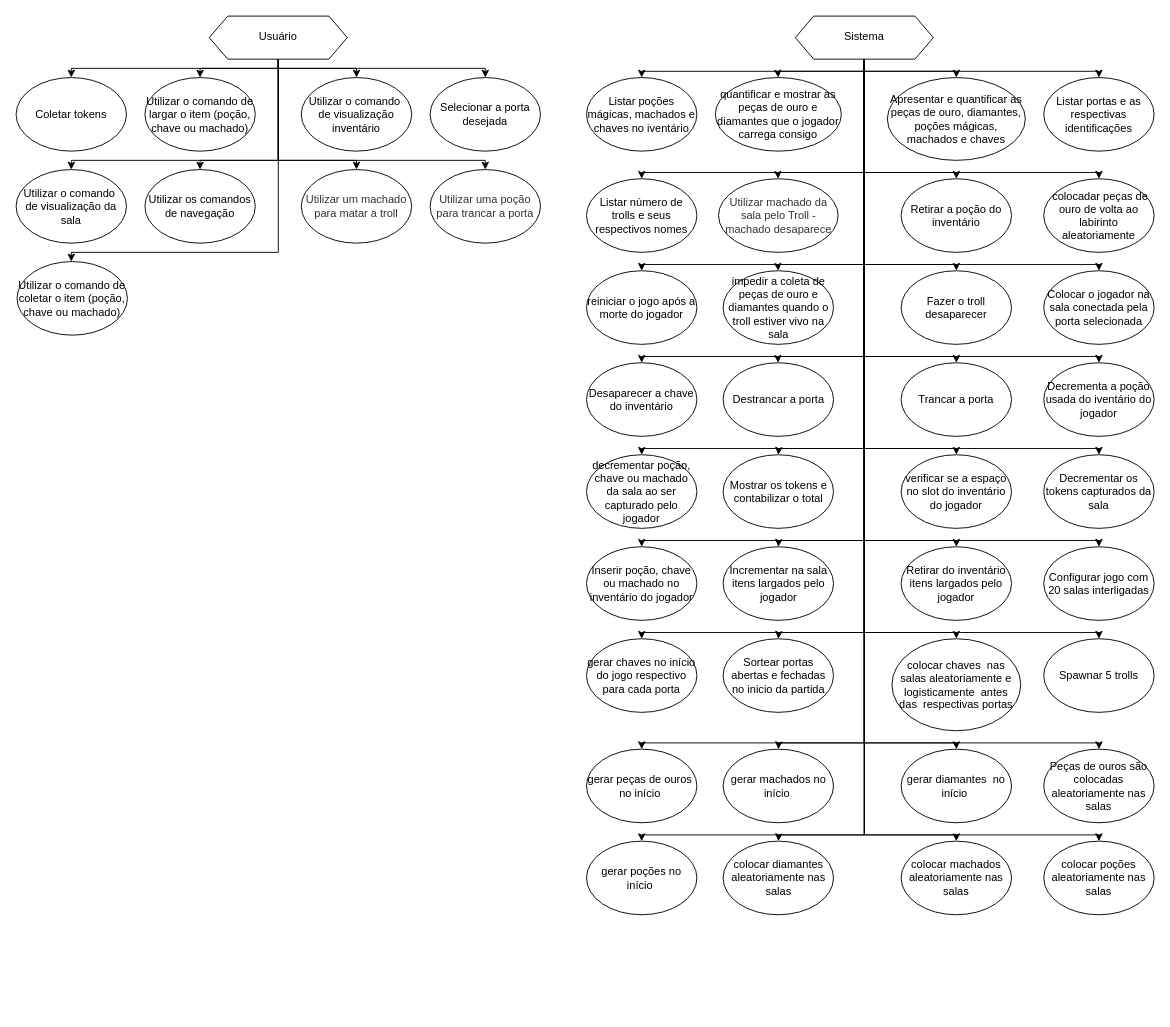
The draw.io diagram page "Operações" (2 of 4) of Requisitos do Sistema.drawio in renanreyc/EngenhariaDeSoftware, before the edit. Source tidied: cells renumbered, new cells numbered last; positions are measured from the earlier drawing's top-left corner, leaving out a move shared by most shapes. Both pictures are drawn from the tidied source at 92%, with x=0, y=0 at pixel (16, 16).
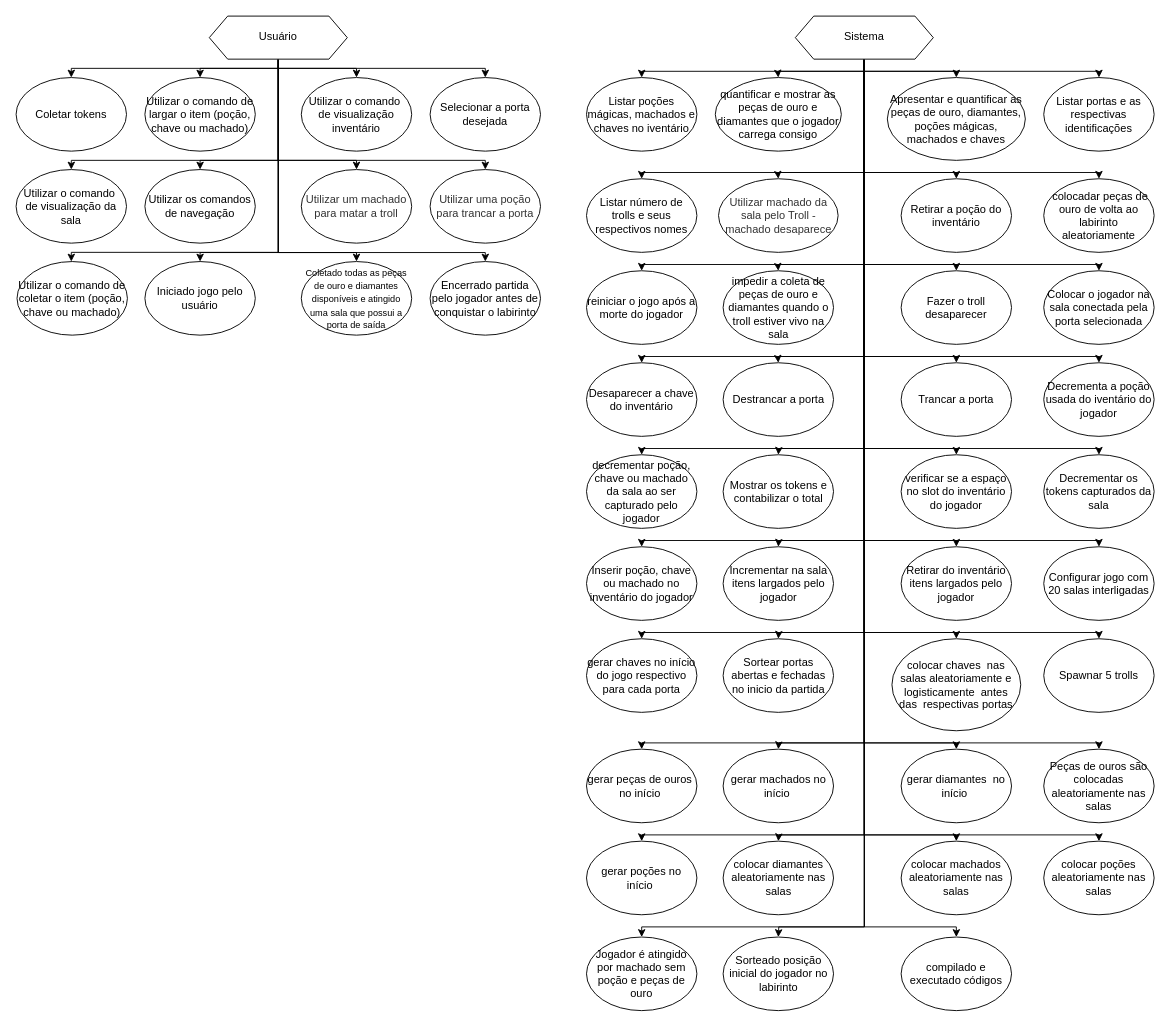
The same diagram, later.

Unchanged cells that the change refers to:
```xml
<mxCell id="57" value="Sistema" style="shape=hexagon;perimeter=hexagonPerimeter2;whiteSpace=wrap;html=1;fixedSize=1;" parent="1" vertex="1">
  <mxGeometry x="847" width="150" height="46.8" as="geometry" />
</mxCell>
```

Change to the diagram source:
```diff
@@
+    <mxCell id="94" style="edgeStyle=orthogonalEdgeStyle;rounded=0;jettySize=auto;html=1;fontSize=10;fontColor=#000000;startArrow=none;startFill=0;endArrow=classic;endFill=1;entryX=0.5;entryY=0;entryDx=0;entryDy=0;" parent="1" edge="1" target="101">
+      <mxGeometry relative="1" as="geometry">
+        <mxPoint x="285" y="53.8" as="sourcePoint" />
+        <Array as="points">
+          <mxPoint x="285" y="257" />
+          <mxPoint x="370" y="257" />
+        </Array>
+      </mxGeometry>
+    </mxCell>
+    <mxCell id="95" style="edgeStyle=orthogonalEdgeStyle;rounded=0;jettySize=auto;html=1;fontSize=10;fontColor=#000000;startArrow=none;startFill=0;endArrow=classic;endFill=1;entryX=0.5;entryY=0;entryDx=0;entryDy=0;" parent="1" edge="1" target="102">
+      <mxGeometry relative="1" as="geometry">
+        <mxPoint x="285" y="43.8" as="sourcePoint" />
+        <Array as="points">
+          <mxPoint x="285" y="257" />
+          <mxPoint x="510" y="257" />
+        </Array>
+      </mxGeometry>
+    </mxCell>
+    <mxCell id="96" style="edgeStyle=orthogonalEdgeStyle;rounded=0;jettySize=auto;html=1;fontSize=10;fontColor=#000000;startArrow=none;startFill=0;endArrow=classic;endFill=1;" parent="1" edge="1" target="100">
+      <mxGeometry relative="1" as="geometry">
+        <mxPoint x="285" y="43.8" as="sourcePoint" />
+        <Array as="points">
+          <mxPoint x="285" y="257" />
+          <mxPoint x="200" y="257" />
+        </Array>
+      </mxGeometry>
+    </mxCell>
@@
+    <mxCell id="97" style="edgeStyle=orthogonalEdgeStyle;rounded=0;jettySize=auto;html=1;fontSize=10;fontColor=#000000;startArrow=none;startFill=0;endArrow=classic;endFill=1;" parent="1" edge="1" source="57" target="103">
+      <mxGeometry relative="1" as="geometry">
+        <Array as="points">
+          <mxPoint x="922" y="990" />
+          <mxPoint x="680" y="990" />
+        </Array>
+      </mxGeometry>
+    </mxCell>
+    <mxCell id="98" style="edgeStyle=orthogonalEdgeStyle;rounded=0;jettySize=auto;html=1;fontSize=10;fontColor=#000000;startArrow=none;startFill=0;endArrow=classic;endFill=1;" parent="1" edge="1" source="57" target="104">
+      <mxGeometry relative="1" as="geometry">
+        <Array as="points">
+          <mxPoint x="922" y="990" />
+          <mxPoint x="829" y="990" />
+        </Array>
+      </mxGeometry>
+    </mxCell>
+    <mxCell id="99" style="edgeStyle=orthogonalEdgeStyle;rounded=0;jettySize=auto;html=1;fontSize=10;fontColor=#000000;startArrow=none;startFill=0;endArrow=classic;endFill=1;" parent="1" edge="1" source="57" target="105">
+      <mxGeometry relative="1" as="geometry">
+        <Array as="points">
+          <mxPoint x="922" y="990" />
+          <mxPoint x="1022" y="990" />
+        </Array>
+      </mxGeometry>
+    </mxCell>
@@
+    <mxCell id="100" value="Iniciado jogo pelo usuário" style="ellipse;whiteSpace=wrap;html=1;" parent="1" vertex="1">
+      <mxGeometry x="140" y="266.8" width="120" height="80" as="geometry" />
+    </mxCell>
+    <mxCell id="101" value="&lt;font style=&quot;font-size: 10px&quot;&gt;Coletado todas as peças de ouro e diamantes disponíveis e atingido uma sala que possui a porta de saída&lt;/font&gt;" style="ellipse;whiteSpace=wrap;html=1;" parent="1" vertex="1">
+      <mxGeometry x="310" y="266.8" width="120" height="80" as="geometry" />
+    </mxCell>
+    <mxCell id="102" value="Encerrado partida pelo jogador antes de conquistar o labirinto" style="ellipse;whiteSpace=wrap;html=1;" parent="1" vertex="1">
+      <mxGeometry x="450" y="266.8" width="120" height="80" as="geometry" />
+    </mxCell>
+    <mxCell id="103" value="Jogador é atingido por machado sem poção e peças de ouro" style="ellipse;whiteSpace=wrap;html=1;" parent="1" vertex="1">
+      <mxGeometry x="620" y="1001" width="120" height="80" as="geometry" />
+    </mxCell>
+    <mxCell id="104" value="Sorteado posição inicial do jogador no labirinto" style="ellipse;whiteSpace=wrap;html=1;" parent="1" vertex="1">
+      <mxGeometry x="768.5" y="1001" width="120" height="80" as="geometry" />
+    </mxCell>
+    <mxCell id="105" value="compilado e executado códigos" style="ellipse;whiteSpace=wrap;html=1;" parent="1" vertex="1">
+      <mxGeometry x="962" y="1001" width="120" height="80" as="geometry" />
+    </mxCell>
```
